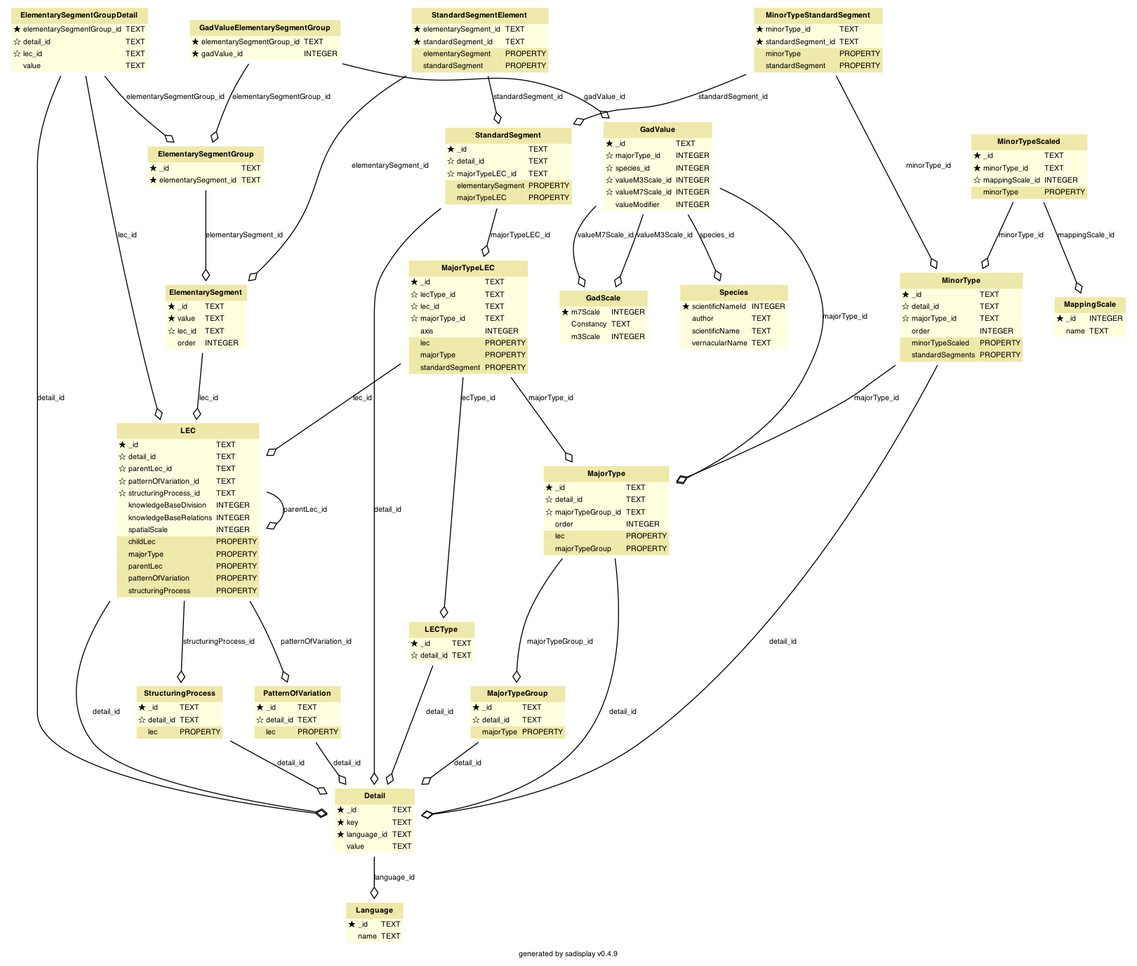
MichalTorma/natur-i-norge keeps this Graphviz diagram as scripts/database/schema.png. Above is the earlier version. Its source is kept beside it as scripts/database/schema.dot.
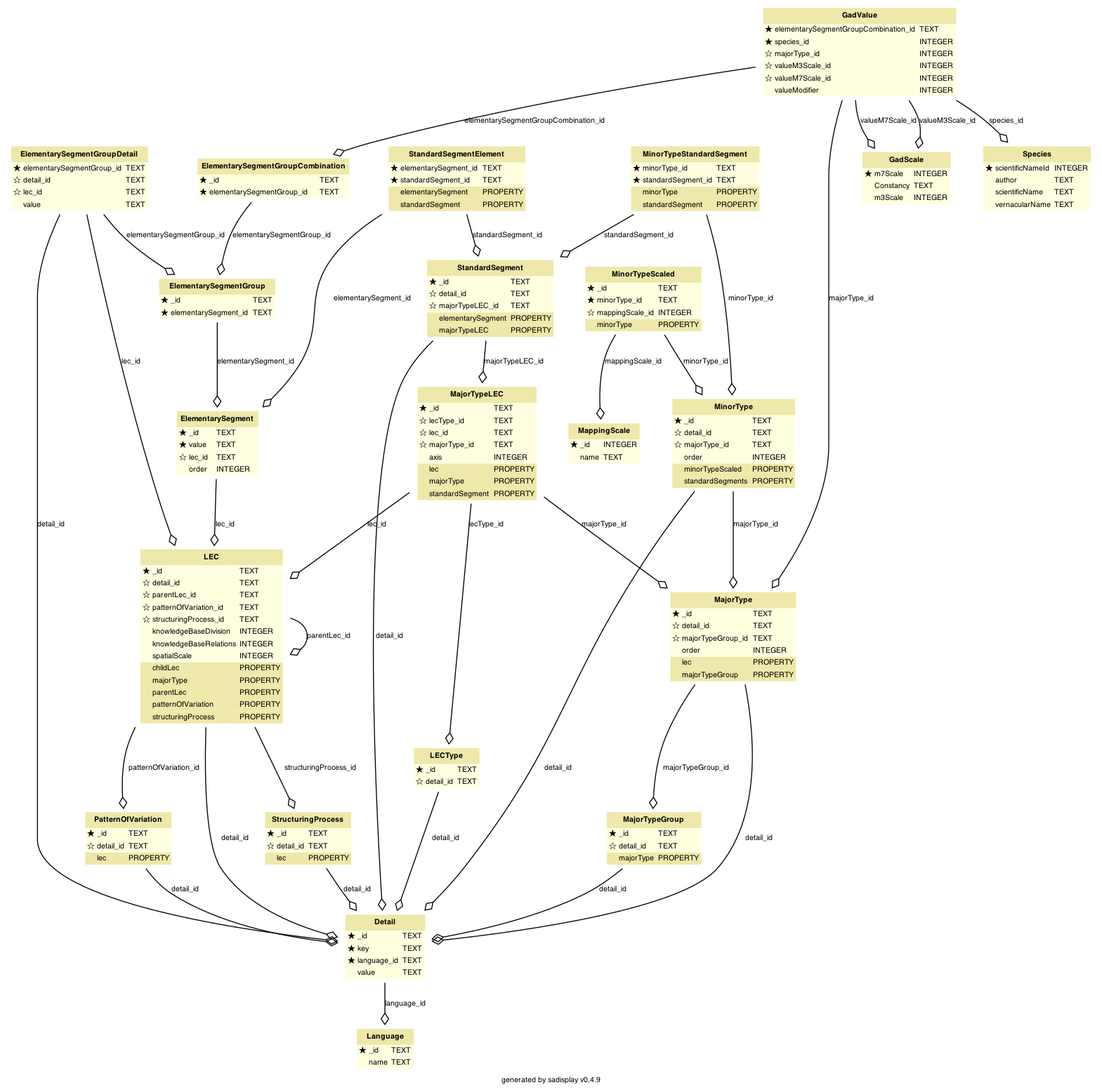
Later version of the same file.

Commit message:
add combination table for Elemenetary segments

Diff of the diagram source:
```diff
@@ -88,6 +88,25 @@
     >]
 
 
+        ElementarySegmentGroupCombination [label=<
+        <TABLE BGCOLOR="lightyellow" BORDER="0"
+            CELLBORDER="0" CELLSPACING="0">
+                <TR><TD COLSPAN="2" CELLPADDING="4"
+                        ALIGN="CENTER" BGCOLOR="palegoldenrod"
+                ><FONT FACE="Helvetica Bold" COLOR="black"
+                >ElementarySegmentGroupCombination</FONT></TD></TR><TR><TD ALIGN="LEFT" BORDER="0"
+        ><FONT FACE="Bitstream Vera Sans">★ _id</FONT
+        ></TD><TD ALIGN="LEFT"
+        ><FONT FACE="Bitstream Vera Sans">TEXT</FONT
+        ></TD></TR> <TR><TD ALIGN="LEFT" BORDER="0"
+        ><FONT FACE="Bitstream Vera Sans">★ elementarySegmentGroup_id</FONT
+        ></TD><TD ALIGN="LEFT"
+        ><FONT FACE="Bitstream Vera Sans">TEXT</FONT
+        ></TD></TR>
+        </TABLE>
+    >]
+
+
         ElementarySegmentGroupDetail [label=<
         <TABLE BGCOLOR="lightyellow" BORDER="0"
             CELLBORDER="0" CELLSPACING="0">
@@ -145,15 +164,15 @@
                         ALIGN="CENTER" BGCOLOR="palegoldenrod"
                 ><FONT FACE="Helvetica Bold" COLOR="black"
                 >GadValue</FONT></TD></TR><TR><TD ALIGN="LEFT" BORDER="0"
-        ><FONT FACE="Bitstream Vera Sans">★ _id</FONT
+        ><FONT FACE="Bitstream Vera Sans">★ elementarySegmentGroupCombination_id</FONT
         ></TD><TD ALIGN="LEFT"
         ><FONT FACE="Bitstream Vera Sans">TEXT</FONT
         ></TD></TR> <TR><TD ALIGN="LEFT" BORDER="0"
-        ><FONT FACE="Bitstream Vera Sans">☆ majorType_id</FONT
+        ><FONT FACE="Bitstream Vera Sans">★ species_id</FONT
         ></TD><TD ALIGN="LEFT"
         ><FONT FACE="Bitstream Vera Sans">INTEGER</FONT
         ></TD></TR> <TR><TD ALIGN="LEFT" BORDER="0"
-        ><FONT FACE="Bitstream Vera Sans">☆ species_id</FONT
+        ><FONT FACE="Bitstream Vera Sans">☆ majorType_id</FONT
         ></TD><TD ALIGN="LEFT"
         ><FONT FACE="Bitstream Vera Sans">INTEGER</FONT
         ></TD></TR> <TR><TD ALIGN="LEFT" BORDER="0"
@@ -166,25 +185,6 @@
         ><FONT FACE="Bitstream Vera Sans">INTEGER</FONT
         ></TD></TR> <TR><TD ALIGN="LEFT" BORDER="0"
         ><FONT FACE="Bitstream Vera Sans">⚪ valueModifier</FONT
-        ></TD><TD ALIGN="LEFT"
-        ><FONT FACE="Bitstream Vera Sans">INTEGER</FONT
-        ></TD></TR>
-        </TABLE>
-    >]
-
-
-        GadValueElementarySegmentGroup [label=<
-        <TABLE BGCOLOR="lightyellow" BORDER="0"
-            CELLBORDER="0" CELLSPACING="0">
-                <TR><TD COLSPAN="2" CELLPADDING="4"
-                        ALIGN="CENTER" BGCOLOR="palegoldenrod"
-                ><FONT FACE="Helvetica Bold" COLOR="black"
-                >GadValueElementarySegmentGroup</FONT></TD></TR><TR><TD ALIGN="LEFT" BORDER="0"
-        ><FONT FACE="Bitstream Vera Sans">★ elementarySegmentGroup_id</FONT
-        ></TD><TD ALIGN="LEFT"
-        ><FONT FACE="Bitstream Vera Sans">TEXT</FONT
-        ></TD></TR> <TR><TD ALIGN="LEFT" BORDER="0"
-        ><FONT FACE="Bitstream Vera Sans">★ gadValue_id</FONT
         ></TD><TD ALIGN="LEFT"
         ><FONT FACE="Bitstream Vera Sans">INTEGER</FONT
         ></TD></TR>
@@ -664,15 +664,15 @@
 	"Detail" -> "Language" [label = "language_id"]
 	"ElementarySegment" -> "LEC" [label = "lec_id"]
 	"ElementarySegmentGroup" -> "ElementarySegment" [label = "elementarySegment_id"]
+	"ElementarySegmentGroupCombination" -> "ElementarySegmentGroup" [label = "elementarySegmentGroup_id"]
 	"ElementarySegmentGroupDetail" -> "ElementarySegmentGroup" [label = "elementarySegmentGroup_id"]
 	"ElementarySegmentGroupDetail" -> "LEC" [label = "lec_id"]
 	"ElementarySegmentGroupDetail" -> "Detail" [label = "detail_id"]
+	"GadValue" -> "ElementarySegmentGroupCombination" [label = "elementarySegmentGroupCombination_id"]
 	"GadValue" -> "Species" [label = "species_id"]
 	"GadValue" -> "MajorType" [label = "majorType_id"]
 	"GadValue" -> "GadScale" [label = "valueM7Scale_id"]
 	"GadValue" -> "GadScale" [label = "valueM3Scale_id"]
-	"GadValueElementarySegmentGroup" -> "GadValue" [label = "gadValue_id"]
-	"GadValueElementarySegmentGroup" -> "ElementarySegmentGroup" [label = "elementarySegmentGroup_id"]
 	"LEC" -> "LEC" [label = "parentLec_id"]
 	"LEC" -> "StructuringProcess" [label = "structuringProcess_id"]
 	"LEC" -> "PatternOfVariation" [label = "patternOfVariation_id"]
```
